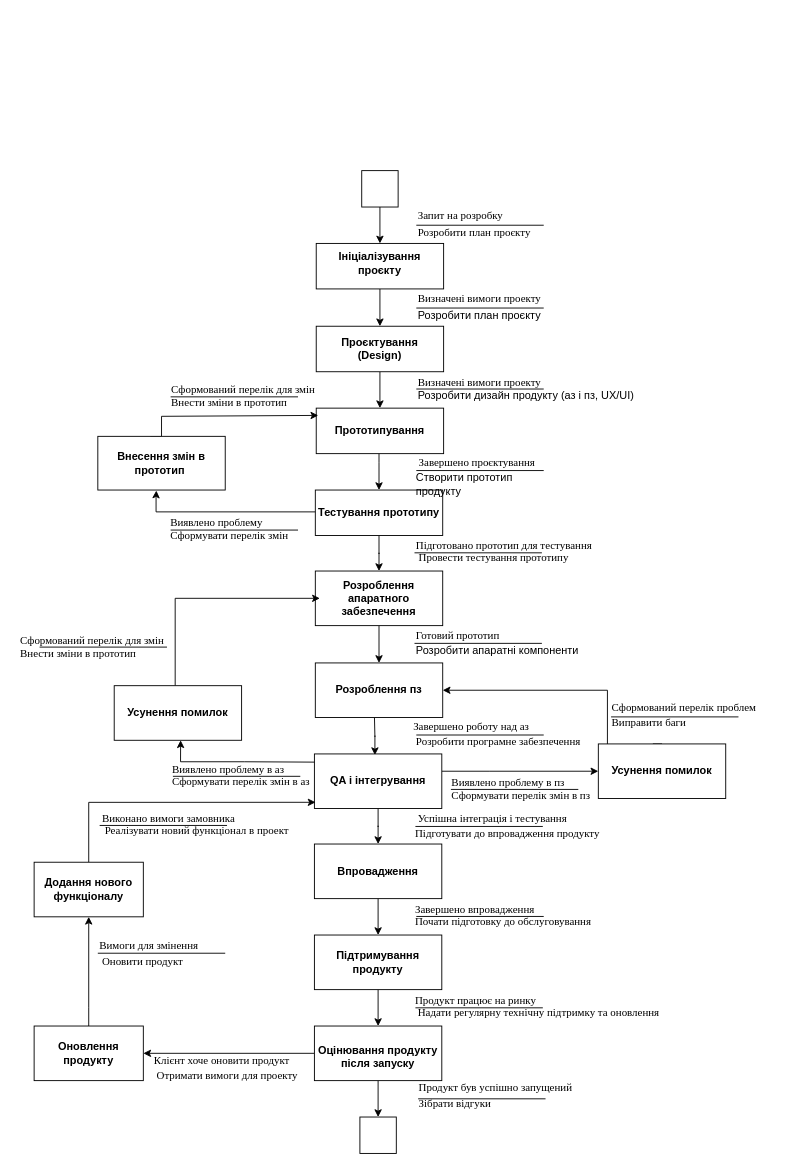
This is Диаграмма без названия.drawio from MariaMykhasiuk/----------------, a draw.io file, before an edit. Source tidied: cells renumbered, new cells numbered last; positions are measured from the earlier drawing's top-left corner, leaving out a move shared by most shapes. Both pictures are drawn from the tidied source at 91%, with x=0, y=0 at pixel (15, 170).
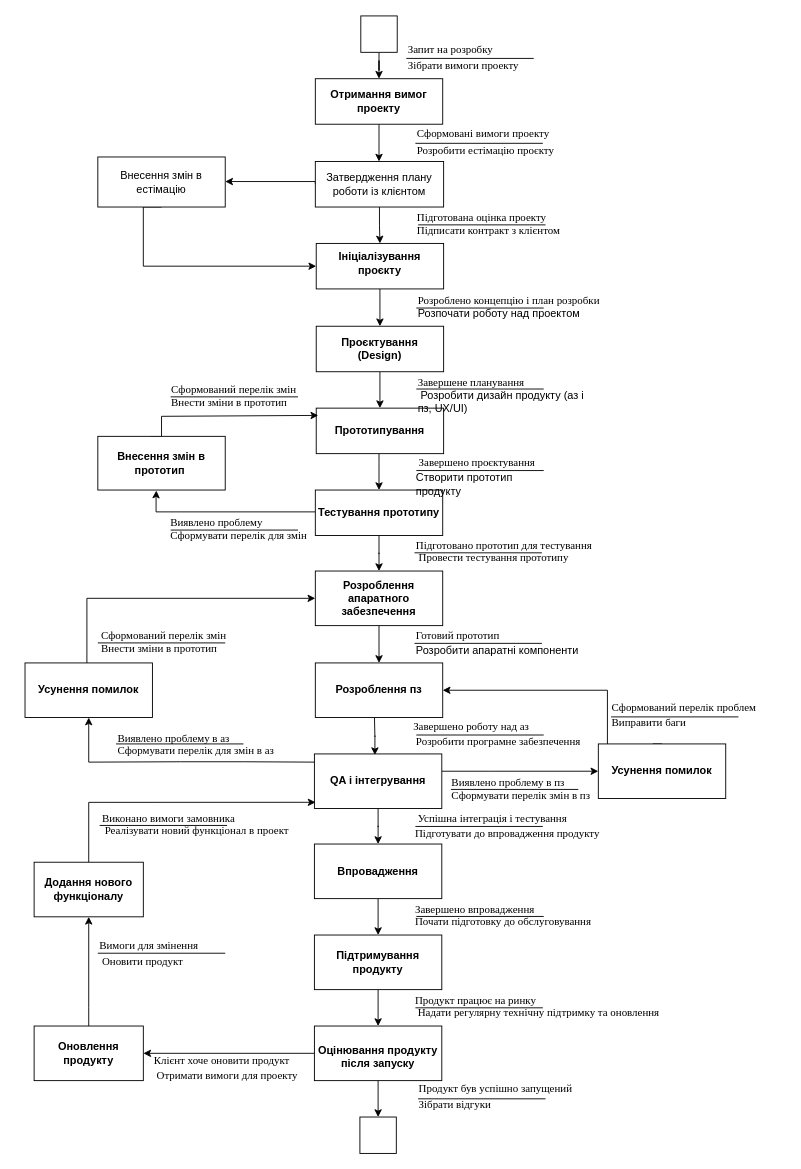
The same page after the edit.

Unchanged cells that the change refers to:
```xml
<mxCell id="3" value="&lt;table&gt;&lt;tbody&gt;&lt;tr&gt;&lt;td&gt;&lt;strong&gt;Ініціалізування проєкту&lt;/strong&gt;&lt;/td&gt;&lt;/tr&gt;&lt;/tbody&gt;&lt;/table&gt;&lt;table&gt;&lt;tbody&gt;&lt;tr&gt;&lt;td&gt;&lt;/td&gt;&lt;/tr&gt;&lt;/tbody&gt;&lt;/table&gt;" style="rounded=0;whiteSpace=wrap;html=1;" parent="1" vertex="1">
  <mxGeometry x="330" y="80" width="140" height="50" as="geometry" />
</mxCell>
```

What changed in the source:
```diff
@@
-    <mxCell id="4" style="edgeStyle=orthogonalEdgeStyle;rounded=0;jettySize=auto;html=1;" parent="1" edge="1" source="5" target="3">
-      <mxGeometry relative="1" as="geometry" />
-    </mxCell>
+    <mxCell id="78" style="edgeStyle=orthogonalEdgeStyle;rounded=0;jettySize=auto;html=1;" parent="1" edge="1" source="5" target="80">
+      <mxGeometry relative="1" as="geometry" />
+    </mxCell>
     <mxCell id="5" style="rounded=0;whiteSpace=wrap;html=1;" parent="1" vertex="1">
-      <mxGeometry x="380" width="40" height="40" as="geometry" />
+      <mxGeometry x="379" y="-170" width="40" height="40" as="geometry" />
     </mxCell>
@@
-    <mxCell id="15" style="edgeStyle=orthogonalEdgeStyle;rounded=0;orthogonalLoop=1;jettySize=auto;html=1;entryX=0;entryY=0.5;entryDx=0;entryDy=0;" parent="1" edge="1">
+    <mxCell id="15" style="edgeStyle=orthogonalEdgeStyle;rounded=0;orthogonalLoop=1;jettySize=auto;html=1;entryX=0;entryY=0.5;entryDx=0;entryDy=0;exitX=0.446;exitY=0.05;exitDx=0;exitDy=0;exitPerimeter=0;" parent="1" edge="1">
       <mxGeometry relative="1" as="geometry">
-        <mxPoint x="175" y="566" as="sourcePoint" />
-        <mxPoint x="334" y="470" as="targetPoint" />
+        <mxPoint x="67.4" y="557" as="sourcePoint" />
+        <mxPoint x="329" y="470" as="targetPoint" />
         <Array as="points">
-          <mxPoint x="175" y="470" />
+          <mxPoint x="67" y="566" />
+          <mxPoint x="78" y="566" />
+          <mxPoint x="78" y="470" />
         </Array>
       </mxGeometry>
     </mxCell>
@@
     <mxCell id="32" value="&lt;b&gt;Усунення помилок&lt;/b&gt;" style="whiteSpace=wrap;html=1;rounded=0;" parent="1" vertex="1">
-      <mxGeometry x="108" y="566" width="140" height="60" as="geometry" />
+      <mxGeometry x="10" y="541" width="140" height="60" as="geometry" />
     </mxCell>
@@
     <mxCell id="37" style="endArrow=none;html=1;rounded=0;" parent="1" edge="1">
       <mxGeometry relative="1" as="geometry">
-        <mxPoint x="440" y="60" as="sourcePoint" />
-        <mxPoint x="580" y="60" as="targetPoint" />
+        <mxPoint x="439" y="-30" as="sourcePoint" />
+        <mxPoint x="579" y="-30" as="targetPoint" />
+        <Array as="points">
+          <mxPoint x="500" y="-30" />
+        </Array>
       </mxGeometry>
     </mxCell>
@@
-    <mxCell id="40" value="&lt;span style=&quot;font-family: &amp;quot;Times New Roman&amp;quot;, serif;&quot;&gt;&lt;font style=&quot;font-size: 12px;&quot;&gt;Запит на розробку&lt;/font&gt;&lt;/span&gt;&lt;div&gt;&lt;span style=&quot;font-family: &amp;quot;Times New Roman&amp;quot;, serif;&quot;&gt;&lt;font style=&quot;font-size: 12px;&quot;&gt;Розробити план проєкту&lt;/font&gt;&lt;/span&gt;&lt;span style=&quot;font-size: medium;&quot;&gt;&lt;/span&gt;&lt;span style=&quot;font-family: &amp;quot;Times New Roman&amp;quot;, serif;&quot;&gt;&lt;font style=&quot;font-size: 12px;&quot;&gt;&lt;br&gt;&lt;/font&gt;&lt;/span&gt;&lt;/div&gt;" style="text;whiteSpace=wrap;html=1;" parent="1" vertex="1">
-      <mxGeometry x="440" y="36" width="150" height="44" as="geometry" />
+    <mxCell id="40" value="&lt;div&gt;&lt;font face=&quot;Times New Roman&quot;&gt;Сформовані вимоги проекту&lt;/font&gt;&lt;/div&gt;&lt;div&gt;&lt;span style=&quot;font-family: &amp;quot;Times New Roman&amp;quot;, serif;&quot;&gt;&lt;font style=&quot;font-size: 12px;&quot;&gt;Розробити естімацію проєкту&lt;/font&gt;&lt;/span&gt;&lt;span style=&quot;font-size: medium;&quot;&gt;&lt;/span&gt;&lt;span style=&quot;font-family: &amp;quot;Times New Roman&amp;quot;, serif;&quot;&gt;&lt;font style=&quot;font-size: 12px;&quot;&gt;&lt;br&gt;&lt;/font&gt;&lt;/span&gt;&lt;/div&gt;" style="text;whiteSpace=wrap;html=1;" parent="1" vertex="1">
+      <mxGeometry x="439" y="-54" width="160" height="44" as="geometry" />
     </mxCell>
-    <mxCell id="41" value="&lt;font face=&quot;Times New Roman&quot; style=&quot;font-size: 12px;&quot;&gt;Визначені вимоги проекту&lt;/font&gt;&lt;div&gt;&lt;font face=&quot;xFKi9sHKz70ljBgwXh16&quot;&gt;&lt;font style=&quot;font-size: 12px;&quot;&gt;Розробити дизайн продукту (аз і пз,&amp;nbsp;&lt;/font&gt;&lt;span style=&quot;background-color: initial;&quot;&gt;UX/UI&lt;/span&gt;&lt;span style=&quot;background-color: initial;&quot;&gt;)&lt;/span&gt;&lt;/font&gt;&lt;/div&gt;" style="text;whiteSpace=wrap;html=1;" parent="1" vertex="1">
+    <mxCell id="41" value="&lt;div&gt;&lt;font style=&quot;font-size: 12px;&quot;&gt;&lt;font face=&quot;Times New Roman&quot;&gt;Завершене планування&amp;nbsp; &amp;nbsp; &amp;nbsp; &amp;nbsp; &amp;nbsp; &amp;nbsp; &amp;nbsp; &amp;nbsp; &amp;nbsp; &amp;nbsp; &amp;nbsp; &amp;nbsp;&lt;/font&gt;&lt;font face=&quot;xFKi9sHKz70ljBgwXh16&quot;&gt;Розробити дизайн продукту (аз і пз,&amp;nbsp;&lt;/font&gt;&lt;/font&gt;&lt;span style=&quot;font-family: xFKi9sHKz70ljBgwXh16; background-color: initial;&quot;&gt;UX/UI&lt;/span&gt;&lt;span style=&quot;font-family: xFKi9sHKz70ljBgwXh16; background-color: initial;&quot;&gt;)&lt;/span&gt;&lt;/div&gt;" style="text;whiteSpace=wrap;html=1;" parent="1" vertex="1">
       <mxGeometry x="440" y="219" width="240" height="60" as="geometry" />
     </mxCell>
@@
-    <mxCell id="43" value="&lt;font face=&quot;Times New Roman&quot; style=&quot;font-size: 12px;&quot;&gt;Визначені вимоги проекту&lt;/font&gt;&lt;div&gt;&lt;font face=&quot;dU_oInnJAO4a_UwRqcM1&quot; style=&quot;font-size: 12px;&quot;&gt;Розробити план проєкту&lt;/font&gt;&lt;span style=&quot;font-size: medium;&quot;&gt;&lt;/span&gt;&lt;span style=&quot;font-family: &amp;quot;Times New Roman&amp;quot;, serif;&quot;&gt;&lt;font style=&quot;font-size: 12px;&quot;&gt;&lt;br&gt;&lt;/font&gt;&lt;/span&gt;&lt;/div&gt;" style="text;whiteSpace=wrap;html=1;" parent="1" vertex="1">
-      <mxGeometry x="440" y="127" width="140" height="44" as="geometry" />
+    <mxCell id="43" value="&lt;div&gt;&lt;font face=&quot;Times New Roman&quot; style=&quot;font-size: 12px;&quot;&gt;Розроблено концепцію і план розробки&amp;nbsp; &lt;/font&gt;&lt;font face=&quot;dU_oInnJAO4a_UwRqcM1&quot; style=&quot;font-size: 12px;&quot;&gt;Розпочати роботу над проектом&amp;nbsp;&lt;/font&gt;&lt;span style=&quot;font-family: &amp;quot;Times New Roman&amp;quot;, serif;&quot;&gt;&lt;font style=&quot;font-size: 12px;&quot;&gt;&lt;br&gt;&lt;/font&gt;&lt;/span&gt;&lt;/div&gt;" style="text;whiteSpace=wrap;html=1;" parent="1" vertex="1">
+      <mxGeometry x="440" y="129" width="230" height="44" as="geometry" />
     </mxCell>
@@
-    <mxCell id="50" value="&lt;table cellpadding=&quot;0&quot; border=&quot;0&quot; class=&quot;MsoNormalTable&quot;&gt;&lt;tbody&gt;&lt;tr&gt;&lt;td style=&quot;padding: 0.75pt;&quot;&gt;&lt;blockquote style=&quot;margin: 0 0 0 40px; border: none; padding: 0px;&quot;&gt;&lt;p style=&quot;margin: 0cm; font-family: &amp;quot;Times New Roman&amp;quot;, serif;&quot; class=&quot;MsoNormal&quot;&gt;&lt;span style=&quot;background-color: initial;&quot;&gt;&lt;font style=&quot;font-size: 12px;&quot;&gt;Виявлено проблему Сформувати перелік змін&amp;nbsp;&lt;/font&gt;&lt;/span&gt;&lt;/p&gt;&lt;/blockquote&gt;&lt;/td&gt;&lt;/tr&gt;&lt;/tbody&gt;&lt;/table&gt;" style="text;whiteSpace=wrap;html=1;" parent="1" vertex="1">
-      <mxGeometry x="125" y="370" width="188" height="60" as="geometry" />
+    <mxCell id="50" value="&lt;table cellpadding=&quot;0&quot; border=&quot;0&quot; class=&quot;MsoNormalTable&quot;&gt;&lt;tbody&gt;&lt;tr&gt;&lt;td style=&quot;padding: 0.75pt;&quot;&gt;&lt;blockquote style=&quot;margin: 0 0 0 40px; border: none; padding: 0px;&quot;&gt;&lt;p style=&quot;margin: 0cm; font-family: &amp;quot;Times New Roman&amp;quot;, serif;&quot; class=&quot;MsoNormal&quot;&gt;&lt;span style=&quot;background-color: initial;&quot;&gt;&lt;font style=&quot;font-size: 12px;&quot;&gt;Виявлено проблему Сформувати перелік для змін&amp;nbsp;&lt;/font&gt;&lt;/span&gt;&lt;/p&gt;&lt;/blockquote&gt;&lt;/td&gt;&lt;/tr&gt;&lt;/tbody&gt;&lt;/table&gt;" style="text;whiteSpace=wrap;html=1;" parent="1" vertex="1">
+      <mxGeometry x="125" y="370" width="205" height="60" as="geometry" />
     </mxCell>
-    <mxCell id="51" value="&lt;div&gt;&lt;table cellpadding=&quot;0&quot; border=&quot;0&quot; class=&quot;MsoNormalTable&quot;&gt;&lt;tbody&gt;&lt;tr&gt;&lt;td style=&quot;padding: 0.75pt;&quot;&gt;&lt;p style=&quot;margin: 0cm; font-family: &amp;quot;Times New Roman&amp;quot;, serif;&quot; class=&quot;MsoNormal&quot;&gt;&lt;font face=&quot;Times New Roman&quot;&gt;&lt;span style=&quot;background-color: initial;&quot;&gt;Сформований перелік для змін Внести зміни в прототип&lt;/span&gt;&lt;br&gt;&lt;/font&gt;&lt;/p&gt;&lt;/td&gt;&lt;/tr&gt;&lt;/tbody&gt;&lt;/table&gt;&lt;/div&gt;" style="text;whiteSpace=wrap;html=1;" parent="1" vertex="1">
+    <mxCell id="51" value="&lt;div&gt;&lt;table cellpadding=&quot;0&quot; border=&quot;0&quot; class=&quot;MsoNormalTable&quot;&gt;&lt;tbody&gt;&lt;tr&gt;&lt;td style=&quot;padding: 0.75pt;&quot;&gt;&lt;p style=&quot;margin: 0cm; font-family: &amp;quot;Times New Roman&amp;quot;, serif;&quot; class=&quot;MsoNormal&quot;&gt;&lt;font face=&quot;Times New Roman&quot;&gt;&lt;span style=&quot;background-color: initial;&quot;&gt;Сформований перелік змін&amp;nbsp; &amp;nbsp; Внести зміни в прототип&lt;/span&gt;&lt;br&gt;&lt;/font&gt;&lt;/p&gt;&lt;/td&gt;&lt;/tr&gt;&lt;/tbody&gt;&lt;/table&gt;&lt;/div&gt;" style="text;whiteSpace=wrap;html=1;" parent="1" vertex="1">
       <mxGeometry x="166" y="224" width="194" height="60" as="geometry" />
     </mxCell>
@@
-    <mxCell id="59" value="&lt;table cellpadding=&quot;0&quot; border=&quot;0&quot; class=&quot;MsoNormalTable&quot;&gt;&lt;tbody&gt;&lt;tr&gt;&lt;td style=&quot;padding: 0.75pt;&quot;&gt;&lt;blockquote style=&quot;margin: 0 0 0 40px; border: none; padding: 0px;&quot;&gt;&lt;p style=&quot;margin: 0cm;&quot; class=&quot;MsoNormal&quot;&gt;&lt;span style=&quot;background-color: initial;&quot;&gt;&lt;font face=&quot;Times New Roman&quot; style=&quot;font-size: 12px;&quot;&gt;Виявлено проблему в аз Сформувати перелік змін в аз&lt;/font&gt;&lt;/span&gt;&lt;/p&gt;&lt;/blockquote&gt;&lt;/td&gt;&lt;/tr&gt;&lt;/tbody&gt;&lt;/table&gt;" style="text;whiteSpace=wrap;html=1;" parent="1" vertex="1">
-      <mxGeometry x="127" y="641" width="205" height="60" as="geometry" />
+    <mxCell id="59" value="&lt;table cellpadding=&quot;0&quot; border=&quot;0&quot; class=&quot;MsoNormalTable&quot;&gt;&lt;tbody&gt;&lt;tr&gt;&lt;td style=&quot;padding: 0.75pt;&quot;&gt;&lt;blockquote style=&quot;margin: 0 0 0 40px; border: none; padding: 0px;&quot;&gt;&lt;p style=&quot;margin: 0cm;&quot; class=&quot;MsoNormal&quot;&gt;&lt;span style=&quot;background-color: initial;&quot;&gt;&lt;font face=&quot;Times New Roman&quot; style=&quot;font-size: 12px;&quot;&gt;Виявлено проблему в аз Сформувати перелік для змін в аз&lt;/font&gt;&lt;/span&gt;&lt;/p&gt;&lt;/blockquote&gt;&lt;/td&gt;&lt;/tr&gt;&lt;/tbody&gt;&lt;/table&gt;" style="text;whiteSpace=wrap;html=1;" parent="1" vertex="1">
+      <mxGeometry x="67" y="607" width="223" height="60" as="geometry" />
     </mxCell>
     <mxCell id="60" style="endArrow=none;html=1;rounded=0;" parent="1" edge="1">
       <mxGeometry relative="1" as="geometry">
-        <mxPoint x="172.5" y="665.6" as="sourcePoint" />
-        <mxPoint x="312.5" y="665.6" as="targetPoint" />
+        <mxPoint x="110" y="630" as="sourcePoint" />
+        <mxPoint x="250" y="630" as="targetPoint" />
       </mxGeometry>
     </mxCell>
@@
     <mxCell id="62" style="endArrow=none;html=1;rounded=0;" parent="1" edge="1">
       <mxGeometry relative="1" as="geometry">
-        <mxPoint x="26" y="523.6" as="sourcePoint" />
-        <mxPoint x="166" y="523.6" as="targetPoint" />
+        <mxPoint x="90" y="519" as="sourcePoint" />
+        <mxPoint x="230" y="519" as="targetPoint" />
       </mxGeometry>
     </mxCell>
-    <mxCell id="63" value="&lt;div&gt;&lt;table cellpadding=&quot;0&quot; border=&quot;0&quot; class=&quot;MsoNormalTable&quot;&gt;&lt;tbody&gt;&lt;tr&gt;&lt;td style=&quot;padding: 0.75pt;&quot;&gt;&lt;p style=&quot;margin: 0cm;&quot; class=&quot;MsoNormal&quot;&gt;&lt;span style=&quot;background-color: initial;&quot;&gt;&lt;font face=&quot;Times New Roman&quot;&gt;Сформований перелік для змін Внести зміни в прототип&lt;/font&gt;&lt;/span&gt;&lt;br&gt;&lt;/p&gt;&lt;/td&gt;&lt;/tr&gt;&lt;/tbody&gt;&lt;/table&gt;&lt;/div&gt;" style="text;whiteSpace=wrap;html=1;" parent="1" vertex="1">
-      <mxGeometry y="500" width="194" height="60" as="geometry" />
+    <mxCell id="63" value="&lt;div&gt;&lt;table cellpadding=&quot;0&quot; border=&quot;0&quot; class=&quot;MsoNormalTable&quot;&gt;&lt;tbody&gt;&lt;tr&gt;&lt;td style=&quot;padding: 0.75pt;&quot;&gt;&lt;p style=&quot;margin: 0cm;&quot; class=&quot;MsoNormal&quot;&gt;&lt;span style=&quot;background-color: initial;&quot;&gt;&lt;font face=&quot;Times New Roman&quot;&gt;Сформований перелік змін&amp;nbsp; &amp;nbsp; Внести зміни в прототип&lt;/font&gt;&lt;/span&gt;&lt;br&gt;&lt;/p&gt;&lt;/td&gt;&lt;/tr&gt;&lt;/tbody&gt;&lt;/table&gt;&lt;/div&gt;" style="text;whiteSpace=wrap;html=1;" parent="1" vertex="1">
+      <mxGeometry x="89" y="494" width="194" height="60" as="geometry" />
     </mxCell>
-    <mxCell id="64" style="endArrow=classic;html=1;rounded=0;exitX=1.01;exitY=0.106;exitDx=0;exitDy=0;exitPerimeter=0;" parent="1" edge="1">
+    <mxCell id="64" style="endArrow=classic;html=1;rounded=0;exitX=1.01;exitY=0.106;exitDx=0;exitDy=0;exitPerimeter=0;entryX=0.5;entryY=1;entryDx=0;entryDy=0;" parent="1" edge="1" target="32">
       <mxGeometry relative="1" as="geometry">
         <mxPoint x="328" y="650" as="sourcePoint" />
-        <mxPoint x="181" y="626" as="targetPoint" />
         <Array as="points">
           <mxPoint x="250.9" y="649.6" />
           <mxPoint x="180.9" y="649.6" />
+          <mxPoint x="80" y="650" />
         </Array>
       </mxGeometry>
     </mxCell>
@@
     <mxCell id="71" value="&lt;table cellpadding=&quot;0&quot; border=&quot;0&quot; class=&quot;MsoNormalTable&quot;&gt;&lt;tbody&gt;&lt;tr&gt;&lt;td style=&quot;padding: 0.75pt;&quot;&gt;&lt;table cellpadding=&quot;0&quot; border=&quot;0&quot; class=&quot;MsoNormalTable&quot;&gt;&lt;tbody&gt;&lt;tr&gt;&lt;td style=&quot;padding: 0.75pt;&quot;&gt;&lt;p style=&quot;margin: 0cm; font-family: &amp;quot;Times New Roman&amp;quot;, serif;&quot; class=&quot;MsoNormal&quot;&gt;&lt;/p&gt;&lt;/td&gt;&lt;/tr&gt;&lt;/tbody&gt;&lt;/table&gt;&lt;font style=&quot;font-size: 12px;&quot;&gt;&lt;span style=&quot;font-family: &amp;quot;Times New Roman&amp;quot;, serif;&quot;&gt;&lt;font style=&quot;&quot;&gt;Продукт був успішно запущений&lt;/font&gt;&lt;/span&gt;&lt;font face=&quot;Times New Roman&quot;&gt;&lt;font style=&quot;&quot;&gt;&amp;nbsp; &lt;/font&gt;&lt;/font&gt;&lt;span style=&quot;font-family: &amp;quot;Times New Roman&amp;quot;, serif;&quot;&gt;Зібрати відгуки&lt;/span&gt;&lt;/font&gt;&lt;span style=&quot;font-size: medium;&quot;&gt;&lt;/span&gt;&lt;br&gt;&lt;/td&gt;&lt;/tr&gt;&lt;/tbody&gt;&lt;/table&gt;" style="text;whiteSpace=wrap;html=1;" parent="1" vertex="1">
-      <mxGeometry x="438" y="985" width="212" height="60" as="geometry" />
+      <mxGeometry x="438" y="986" width="212" height="60" as="geometry" />
     </mxCell>
@@
+    <mxCell id="79" style="edgeStyle=orthogonalEdgeStyle;rounded=0;jettySize=auto;html=1;" parent="1" edge="1" source="80">
+      <mxGeometry relative="1" as="geometry">
+        <mxPoint x="399" y="-10" as="targetPoint" />
+      </mxGeometry>
+    </mxCell>
+    <mxCell id="80" value="&lt;b&gt;Отримання вимог проекту&lt;/b&gt;" style="rounded=0;whiteSpace=wrap;html=1;" parent="1" vertex="1">
+      <mxGeometry x="329" y="-101" width="140" height="50" as="geometry" />
+    </mxCell>
+    <mxCell id="81" value="&lt;span style=&quot;font-family: &amp;quot;Times New Roman&amp;quot;, serif;&quot;&gt;&lt;font style=&quot;font-size: 12px;&quot;&gt;Запит на розробку&lt;/font&gt;&lt;/span&gt;&lt;div&gt;&lt;span style=&quot;font-family: &amp;quot;Times New Roman&amp;quot;, serif;&quot;&gt;&lt;font style=&quot;font-size: 12px;&quot;&gt;Зібрати вимоги проекту&lt;/font&gt;&lt;/span&gt;&lt;span style=&quot;font-size: medium;&quot;&gt;&lt;/span&gt;&lt;span style=&quot;font-family: &amp;quot;Times New Roman&amp;quot;, serif;&quot;&gt;&lt;font style=&quot;font-size: 12px;&quot;&gt;&lt;br&gt;&lt;/font&gt;&lt;/span&gt;&lt;/div&gt;" style="text;whiteSpace=wrap;html=1;" parent="1" vertex="1">
+      <mxGeometry x="429" y="-147" width="150" height="44" as="geometry" />
+    </mxCell>
+    <mxCell id="82" style="endArrow=none;html=1;rounded=0;" parent="1" edge="1">
+      <mxGeometry relative="1" as="geometry">
+        <mxPoint x="429" y="-123.3" as="sourcePoint" />
+        <mxPoint x="569" y="-123.3" as="targetPoint" />
+      </mxGeometry>
+    </mxCell>
+    <mxCell id="83" style="edgeStyle=orthogonalEdgeStyle;rounded=0;jettySize=auto;html=1;" parent="1" edge="1" source="85" target="3">
+      <mxGeometry relative="1" as="geometry" />
+    </mxCell>
+    <mxCell id="84" style="edgeStyle=orthogonalEdgeStyle;rounded=0;jettySize=auto;html=1;exitX=0;exitY=0.5;exitDx=0;exitDy=0;" parent="1" edge="1" source="85" target="87">
+      <mxGeometry relative="1" as="geometry">
+        <Array as="points">
+          <mxPoint x="329" y="12" />
+        </Array>
+      </mxGeometry>
+    </mxCell>
+    <mxCell id="85" value="Затвердження плану роботи із клієнтом" style="rounded=0;whiteSpace=wrap;html=1;" parent="1" vertex="1">
+      <mxGeometry x="329" y="-10" width="141" height="50" as="geometry" />
+    </mxCell>
+    <mxCell id="86" style="edgeStyle=orthogonalEdgeStyle;rounded=0;jettySize=auto;html=1;exitX=0.5;exitY=1;exitDx=0;exitDy=0;entryX=0;entryY=0.5;entryDx=0;entryDy=0;" parent="1" edge="1" source="87" target="3">
+      <mxGeometry relative="1" as="geometry">
+        <Array as="points">
+          <mxPoint x="140" y="40" />
+          <mxPoint x="140" y="105" />
+        </Array>
+      </mxGeometry>
+    </mxCell>
+    <mxCell id="87" value="Внесення змін в естімацію" style="whiteSpace=wrap;html=1;rounded=0;" parent="1" vertex="1">
+      <mxGeometry x="90" y="-15" width="140" height="55" as="geometry" />
+    </mxCell>
+    <mxCell id="88" value="&lt;div&gt;&lt;span style=&quot;background-color: initial;&quot;&gt;&lt;font face=&quot;Times New Roman&quot;&gt;Підготована оцінка проекту&amp;nbsp; &amp;nbsp; &amp;nbsp; &amp;nbsp; &amp;nbsp; &amp;nbsp; &amp;nbsp; &amp;nbsp; &amp;nbsp; &lt;/font&gt;&lt;/span&gt;&lt;span style=&quot;font-family: &amp;quot;Times New Roman&amp;quot;, serif; background-color: initial;&quot;&gt;Підписати контракт з клієнтом&lt;/span&gt;&lt;br&gt;&lt;/div&gt;" style="text;whiteSpace=wrap;html=1;" parent="1" vertex="1">
+      <mxGeometry x="439" y="38" width="251" height="44" as="geometry" />
+    </mxCell>
+    <mxCell id="89" style="endArrow=none;html=1;rounded=0;" parent="1" edge="1">
+      <mxGeometry relative="1" as="geometry">
+        <mxPoint x="442" y="59.6" as="sourcePoint" />
+        <mxPoint x="582" y="59.6" as="targetPoint" />
+      </mxGeometry>
+    </mxCell>
```
